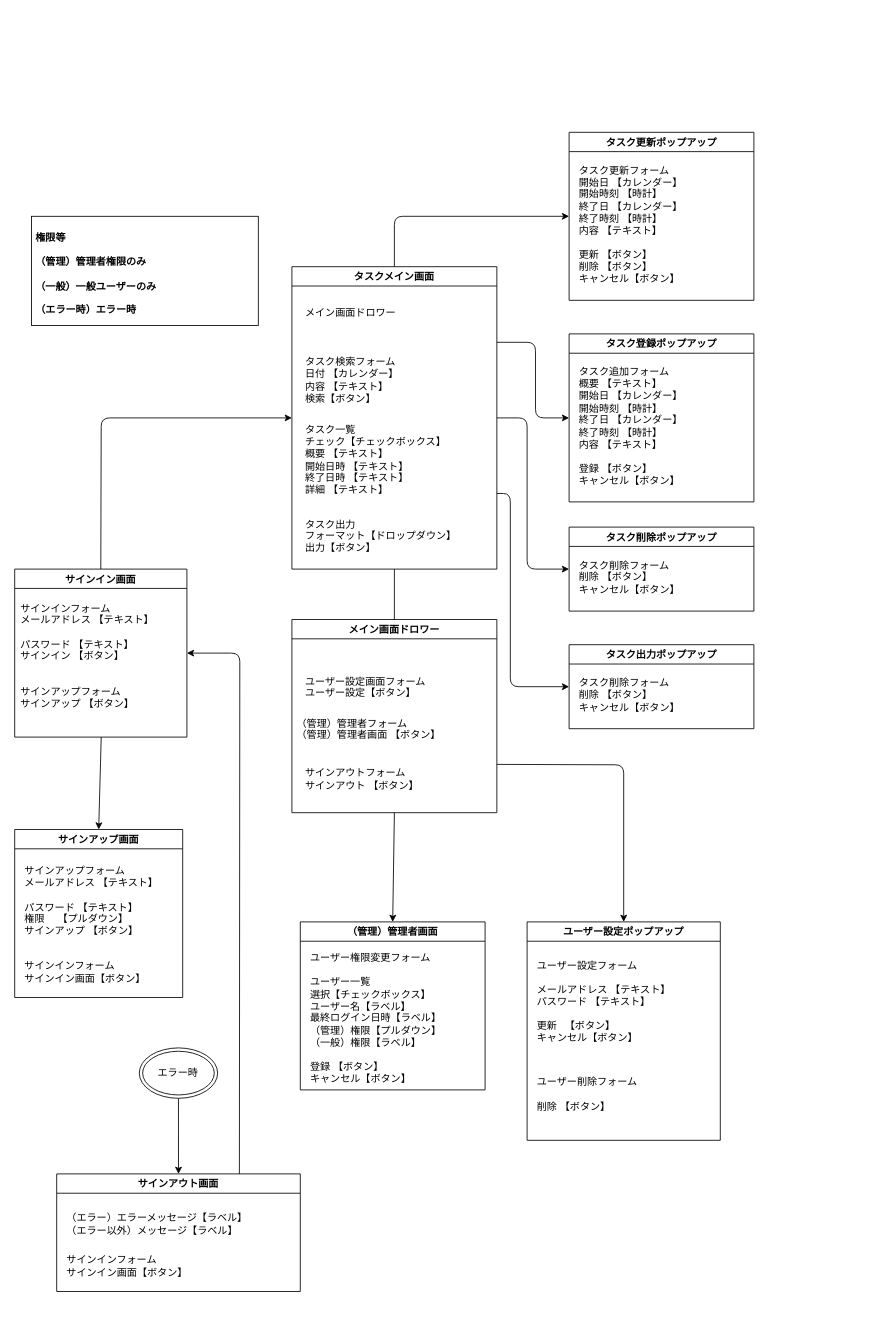
Above: doc/01_要件定義/画面遷移図.drawio in kamiya-daiki/SpringBoot4-Portfolio (draw.io), before the change. Source tidied: cells renumbered, new cells numbered last; positions are measured from the earlier drawing's top-left corner, leaving out a move shared by most shapes. Both pictures are drawn from the tidied source at 84%, with x=0, y=0 at pixel (14, 132).
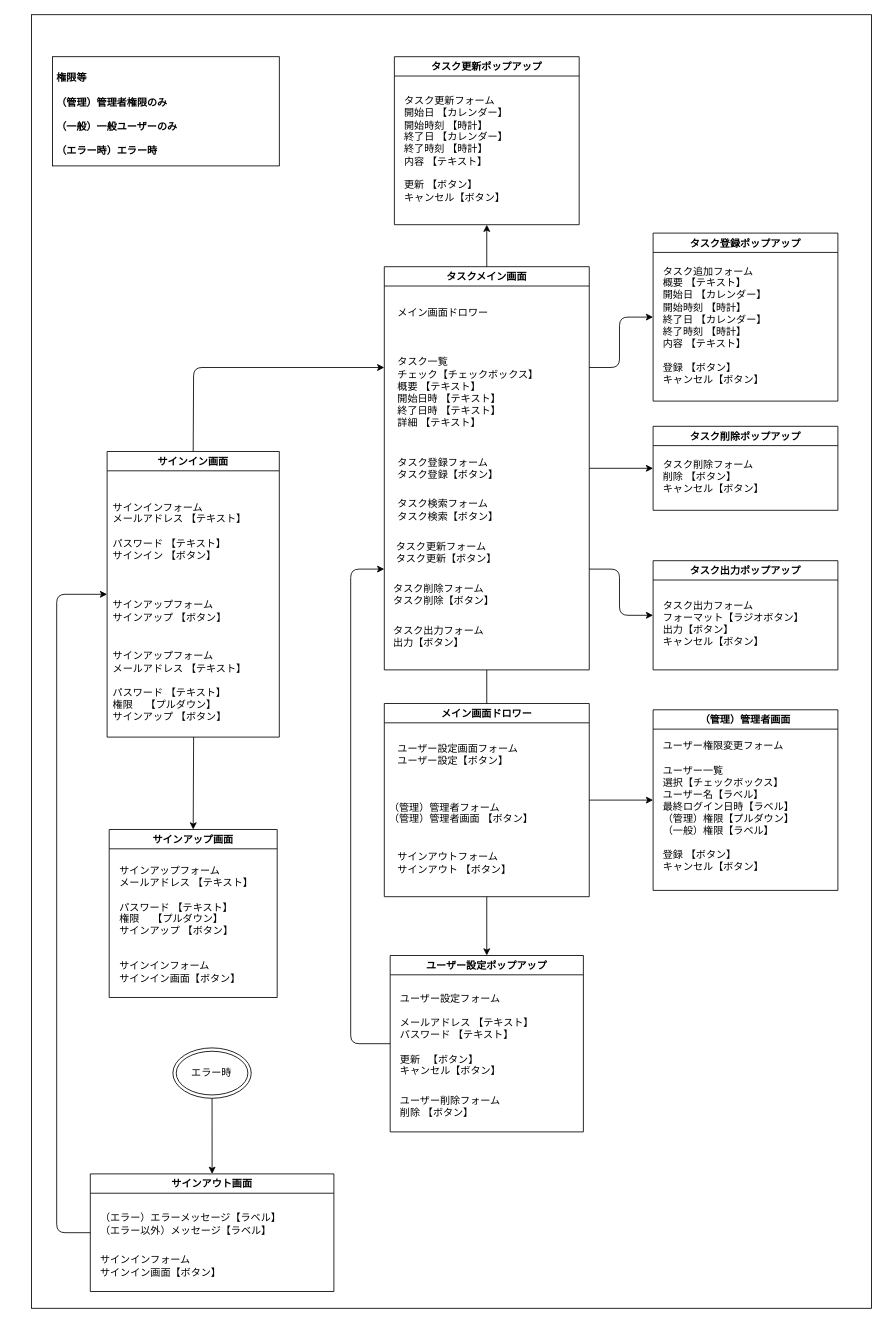
After the change.

Change to the diagram source:
```diff
@@
+    <mxCell id="46" style="whiteSpace=wrap;html=1;fillColor=default;direction=south;" parent="1" vertex="1">
+      <mxGeometry x="20" y="-140" width="1000" height="1540" as="geometry" />
+    </mxCell>
     <mxCell id="2" style="edgeStyle=none;html=1;entryX=0.5;entryY=0;entryDx=0;entryDy=0;" parent="1" edge="1" target="11">
       <mxGeometry relative="1" as="geometry">
-        <mxPoint x="103" y="720" as="sourcePoint" />
+        <mxPoint x="213" y="720" as="sourcePoint" />
       </mxGeometry>
     </mxCell>
-    <mxCell id="3" value="サインイン画面" style="swimlane;startSize=23;" parent="1" vertex="1">
-      <mxGeometry y="520" width="205" height="200" as="geometry" />
+    <mxCell id="3" value="サインイン画面" style="swimlane;startSize=23;fillColor=none;" parent="1" vertex="1">
+      <mxGeometry x="110" y="380" width="205" height="340" as="geometry" />
     </mxCell>
     <mxCell id="4" value="サインインフォーム&#10;メールアドレス&#9;【テキスト】&#10;&#10;パスワード&#9;【テキスト】&#10;サインイン&#9;【ボタン】" style="text;html=1;align=left;verticalAlign=middle;strokeColor=none;fillColor=none;" parent="3" vertex="1">
-      <mxGeometry x="5" y="30" width="180" height="90" as="geometry" />
+      <mxGeometry x="5" y="50" width="180" height="90" as="geometry" />
     </mxCell>
     <mxCell id="5" value="サインアップフォーム&#10;サインアップ&#9;【ボタン】" style="text;html=1;align=left;verticalAlign=middle;strokeColor=none;fillColor=none;" parent="3" vertex="1">
-      <mxGeometry x="5" y="133" width="160" height="40" as="geometry" />
+      <mxGeometry x="5" y="170" width="160" height="40" as="geometry" />
     </mxCell>
+    <mxCell id="47" value="サインアップフォーム&#10;メールアドレス&#9;【テキスト】&#10;&#10;パスワード&#9;&#9;【テキスト】&#10;権限　&#9;&#9;&#9;【プルダウン】&#10;サインアップ&#9;&#9;【ボタン】" style="text;html=1;align=left;verticalAlign=middle;strokeColor=none;fillColor=none;" parent="3" vertex="1">
+      <mxGeometry x="5" y="230" width="180" height="100" as="geometry" />
+    </mxCell>
-    <mxCell id="6" value="タスクメイン画面" style="swimlane;startSize=23;" parent="1" vertex="1">
-      <mxGeometry x="330" y="160" width="244" height="360" as="geometry" />
+    <mxCell id="6" value="タスクメイン画面" style="swimlane;startSize=23;fillColor=none;" parent="1" vertex="1">
+      <mxGeometry x="440" y="160" width="244" height="480" as="geometry" />
     </mxCell>
-    <mxCell id="7" value="タスク検索フォーム&lt;br&gt;日付&#9;&#9;【カレンダー】&lt;br&gt;内容&#9;&#9;【テキスト】&lt;br&gt;検索【ボタン】" style="text;html=1;align=left;verticalAlign=middle;strokeColor=none;fillColor=none;" parent="6" vertex="1">
-      <mxGeometry x="14" y="100" width="130" height="70" as="geometry" />
+    <mxCell id="7" value="タスク検索フォーム&lt;br&gt;タスク検索【ボタン】" style="text;html=1;align=left;verticalAlign=middle;strokeColor=none;fillColor=none;" parent="6" vertex="1">
+      <mxGeometry x="14" y="270" width="140" height="40" as="geometry" />
     </mxCell>
     <mxCell id="8" value="タスク一覧&#10;チェック【チェックボックス】&#10;概要&#9;&#9;【テキスト】&#10;開始日時&#9;【テキスト】&#10;終了日時&#9;【テキスト】&#10;詳細&#9;&#9;【テキスト】" style="text;html=1;align=left;verticalAlign=middle;strokeColor=none;fillColor=none;" parent="6" vertex="1">
-      <mxGeometry x="14" y="180" width="190" height="100" as="geometry" />
+      <mxGeometry x="14" y="100" width="190" height="100" as="geometry" />
     </mxCell>
-    <mxCell id="9" value="タスク出力&#10;フォーマット【ドロップダウン】&#10;出力【ボタン】" style="text;align=left;verticalAlign=middle;strokeColor=none;fillColor=none;fontColor=light-dark(#000000,#FFFFFF);" parent="6" vertex="1">
-      <mxGeometry x="14" y="290" width="200" height="60" as="geometry" />
+    <mxCell id="9" value="タスク出力フォーム&#10;出力【ボタン】" style="text;align=left;verticalAlign=middle;strokeColor=none;fillColor=none;fontColor=light-dark(#000000,#FFFFFF);" parent="6" vertex="1">
+      <mxGeometry x="9" y="420" width="130" height="40" as="geometry" />
     </mxCell>
@@
+    <mxCell id="48" value="タスク削除フォーム&#10;タスク削除【ボタン】" style="text;align=left;verticalAlign=middle;strokeColor=none;fillColor=none;fontColor=light-dark(#000000,#FFFFFF);" parent="6" vertex="1">
+      <mxGeometry x="9" y="370" width="140" height="40" as="geometry" />
+    </mxCell>
+    <mxCell id="49" value="タスク登録フォーム&#10;タスク登録【ボタン】" style="text;align=left;verticalAlign=middle;strokeColor=none;fillColor=none;fontColor=light-dark(#000000,#FFFFFF);" parent="6" vertex="1">
+      <mxGeometry x="14" y="220" width="140" height="40" as="geometry" />
+    </mxCell>
-    <mxCell id="11" value="サインアップ画面" style="swimlane;startSize=23;" parent="1" vertex="1">
-      <mxGeometry y="830" width="200" height="200" as="geometry" />
+    <mxCell id="11" value="サインアップ画面" style="swimlane;startSize=23;fillColor=none;" parent="1" vertex="1">
+      <mxGeometry x="112.5" y="830" width="200" height="200" as="geometry" />
     </mxCell>
@@
-    <mxCell id="14" style="edgeStyle=none;html=1;exitX=0.5;exitY=0;exitDx=0;exitDy=0;entryX=0;entryY=0.5;entryDx=0;entryDy=0;" parent="1" edge="1" source="3" target="6">
+    <mxCell id="14" style="edgeStyle=none;html=1;exitX=0.5;exitY=0;exitDx=0;exitDy=0;entryX=0;entryY=0.25;entryDx=0;entryDy=0;" parent="1" edge="1" source="3" target="6">
       <mxGeometry relative="1" as="geometry">
         <Array as="points">
-          <mxPoint x="103" y="340" />
+          <mxPoint x="213" y="280" />
         </Array>
       </mxGeometry>
     </mxCell>
     <mxCell id="15" value="（管理）管理者画面" style="swimlane;startSize=23;fillColor=none;fontColor=default;" parent="1" vertex="1">
-      <mxGeometry x="340" y="940" width="220" height="200" as="geometry" />
+      <mxGeometry x="760" y="687.5" width="220" height="215" as="geometry" />
     </mxCell>
@@
-    <mxCell id="17" value="タスク登録ポップアップ" style="swimlane;startSize=23;" parent="1" vertex="1">
-      <mxGeometry x="660" y="240" width="220" height="200" as="geometry" />
+    <mxCell id="17" value="タスク登録ポップアップ" style="swimlane;startSize=23;fillColor=none;" parent="1" vertex="1">
+      <mxGeometry x="760" y="120" width="220" height="200" as="geometry" />
     </mxCell>
@@
     <mxCell id="19" style="edgeStyle=none;html=1;exitX=1;exitY=0.25;exitDx=0;exitDy=0;entryX=0;entryY=0.5;entryDx=0;entryDy=0;" parent="1" edge="1" source="6" target="17">
       <mxGeometry relative="1" as="geometry">
         <Array as="points">
-          <mxPoint x="620" y="250" />
-          <mxPoint x="620" y="340" />
+          <mxPoint x="720" y="280" />
+          <mxPoint x="720" y="220" />
         </Array>
       </mxGeometry>
     </mxCell>
-    <mxCell id="20" style="edgeStyle=none;html=1;entryX=0.5;entryY=0;entryDx=0;entryDy=0;exitX=0.5;exitY=1;exitDx=0;exitDy=0;" parent="1" edge="1" source="33" target="15">
+    <mxCell id="20" style="edgeStyle=none;html=1;entryX=0;entryY=0.5;entryDx=0;entryDy=0;exitX=1;exitY=0.5;exitDx=0;exitDy=0;" parent="1" edge="1" source="33" target="15">
       <mxGeometry relative="1" as="geometry" />
     </mxCell>
-    <mxCell id="21" value="タスク更新ポップアップ" style="swimlane;startSize=23;" parent="1" vertex="1">
-      <mxGeometry x="660" width="220" height="200" as="geometry" />
+    <mxCell id="21" value="タスク更新ポップアップ" style="swimlane;startSize=23;fillColor=none;" parent="1" vertex="1">
+      <mxGeometry x="452" y="-90" width="220" height="200" as="geometry" />
     </mxCell>
-    <mxCell id="22" value="タスク更新フォーム&#10;開始日&#9;【カレンダー】&#10;開始時刻&#9;【時計】&#10;終了日&#9;【カレンダー】&#10;終了時刻&#9;【時計】&#10;内容&#9;&#9;【テキスト】&#10;&#10;更新&#9;&#9;【ボタン】&#10;削除&#9;&#9;【ボタン】&#10;キャンセル【ボタン】" style="text;html=1;align=left;verticalAlign=middle;strokeColor=none;fillColor=none;" parent="21" vertex="1">
-      <mxGeometry x="10" y="30" width="160" height="160" as="geometry" />
+    <mxCell id="22" value="タスク更新フォーム&lt;br&gt;開始日&#9;【カレンダー】&lt;br&gt;開始時刻&#9;【時計】&lt;br&gt;終了日&#9;【カレンダー】&lt;br&gt;終了時刻&#9;【時計】&lt;br&gt;内容&#9;&#9;【テキスト】&lt;br&gt;&lt;br&gt;更新&#9;&#9;【ボタン】&lt;br&gt;キャンセル【ボタン】" style="text;html=1;align=left;verticalAlign=middle;strokeColor=none;fillColor=none;" parent="21" vertex="1">
+      <mxGeometry x="10" y="40" width="150" height="140" as="geometry" />
     </mxCell>
-    <mxCell id="23" style="edgeStyle=none;html=1;exitX=0.5;exitY=0;exitDx=0;exitDy=0;entryX=0;entryY=0.5;entryDx=0;entryDy=0;" parent="1" edge="1" source="6" target="21">
-      <mxGeometry relative="1" as="geometry">
-        <Array as="points">
-          <mxPoint x="452" y="100" />
-        </Array>
-      </mxGeometry>
+    <mxCell id="23" style="edgeStyle=none;html=1;exitX=0.5;exitY=0;exitDx=0;exitDy=0;entryX=0.5;entryY=1;entryDx=0;entryDy=0;" parent="1" edge="1" source="6" target="21">
+      <mxGeometry relative="1" as="geometry" />
     </mxCell>
-    <mxCell id="24" value="ユーザー設定ポップアップ" style="swimlane;startSize=23;" parent="1" vertex="1">
-      <mxGeometry x="610" y="940" width="230" height="260" as="geometry" />
+    <mxCell id="24" value="ユーザー設定ポップアップ" style="swimlane;startSize=23;fillColor=none;" parent="1" vertex="1">
+      <mxGeometry x="447" y="980" width="230" height="210" as="geometry" />
     </mxCell>
@@
-    <mxCell id="26" value="ユーザー削除フォーム&#10;&#10;削除&#9;&#9;【ボタン】" style="text;html=1;align=left;verticalAlign=middle;strokeColor=none;fillColor=none;" parent="24" vertex="1">
-      <mxGeometry x="10" y="175" width="140" height="60" as="geometry" />
+    <mxCell id="26" value="ユーザー削除フォーム&lt;br&gt;削除&#9;&#9;【ボタン】" style="text;html=1;align=left;verticalAlign=middle;strokeColor=none;fillColor=none;" parent="24" vertex="1">
+      <mxGeometry x="10" y="160" width="140" height="40" as="geometry" />
     </mxCell>
-    <mxCell id="27" value="サインアウト画面" style="swimlane;startSize=23;" parent="1" vertex="1">
-      <mxGeometry x="50" y="1240" width="290" height="140" as="geometry" />
+    <mxCell id="27" value="サインアウト画面" style="swimlane;startSize=23;fillColor=none;" parent="1" vertex="1">
+      <mxGeometry x="90" y="1240" width="290" height="140" as="geometry" />
     </mxCell>
@@
-    <mxCell id="31" value="エラー時" style="ellipse;shape=doubleEllipse;whiteSpace=wrap;html=1;" parent="1" vertex="1">
-      <mxGeometry x="148.3" y="1090" width="93.3" height="60" as="geometry" />
+    <mxCell id="31" value="エラー時" style="ellipse;shape=doubleEllipse;whiteSpace=wrap;html=1;fillColor=none;" parent="1" vertex="1">
+      <mxGeometry x="188.3" y="1090" width="93.3" height="60" as="geometry" />
     </mxCell>
     <mxCell id="32" value="&lt;p style=&quot;margin-top: 0px; margin-bottom: 0px;&quot;&gt;&lt;span style=&quot;font-size: 12px;&quot;&gt;権限等&lt;/span&gt;&lt;/p&gt;&lt;p style=&quot;margin-top: 0px; margin-bottom: 0px;&quot;&gt;&lt;font style=&quot;font-size: 12px; line-height: 100%;&quot;&gt;（管理）管理者権限のみ&lt;br&gt;（一般）一般ユーザーのみ&lt;br&gt;（エラー時）エラー時&lt;/font&gt;&lt;/p&gt;" style="text;strokeColor=default;fillColor=none;html=1;fontSize=24;fontStyle=1;verticalAlign=middle;align=left;spacing=5;perimeterSpacing=0;spacingTop=0;" parent="1" vertex="1">
-      <mxGeometry x="20" y="100" width="270" height="130" as="geometry" />
+      <mxGeometry x="45" y="-90" width="270" height="130" as="geometry" />
     </mxCell>
-    <mxCell id="33" value="メイン画面ドロワー" style="swimlane;startSize=23;" parent="1" vertex="1">
-      <mxGeometry x="330" y="580" width="244" height="230" as="geometry" />
+    <mxCell id="33" value="メイン画面ドロワー" style="swimlane;startSize=23;fillColor=none;" parent="1" vertex="1">
+      <mxGeometry x="440" y="680" width="244" height="230" as="geometry" />
     </mxCell>
-    <mxCell id="34" value="（管理）管理者フォーム&#10;（管理）管理者画面 【ボタン】" style="text;align=left;verticalAlign=middle;fillColor=default;" parent="33" vertex="1">
+    <mxCell id="34" value="（管理）管理者フォーム&#10;（管理）管理者画面 【ボタン】" style="text;align=left;verticalAlign=middle;fillColor=none;" parent="33" vertex="1">
       <mxGeometry x="4" y="110" width="190" height="40" as="geometry" />
     </mxCell>
@@
-    <mxCell id="36" value="ユーザー設定画面フォーム&#10;ユーザー設定【ボタン】" style="text;align=left;verticalAlign=middle;fillColor=default;fontColor=light-dark(#000000,#FFFFFF);" parent="33" vertex="1">
-      <mxGeometry x="14" y="60" width="170" height="40" as="geometry" />
+    <mxCell id="36" value="ユーザー設定画面フォーム&#10;ユーザー設定【ボタン】" style="text;align=left;verticalAlign=middle;fillColor=none;fontColor=light-dark(#000000,#FFFFFF);" parent="33" vertex="1">
+      <mxGeometry x="14" y="40" width="170" height="40" as="geometry" />
     </mxCell>
-    <mxCell id="37" style="edgeStyle=none;html=1;exitX=1;exitY=0.75;exitDx=0;exitDy=0;entryX=0.5;entryY=0;entryDx=0;entryDy=0;" parent="1" edge="1" source="33" target="24">
-      <mxGeometry relative="1" as="geometry">
-        <Array as="points">
-          <mxPoint x="725" y="753" />
-        </Array>
-      </mxGeometry>
+    <mxCell id="37" style="edgeStyle=none;html=1;exitX=0.5;exitY=1;exitDx=0;exitDy=0;entryX=0.5;entryY=0;entryDx=0;entryDy=0;" parent="1" edge="1" source="33" target="24">
+      <mxGeometry relative="1" as="geometry" />
     </mxCell>
-    <mxCell id="38" value="タスク削除ポップアップ" style="swimlane;startSize=23;" parent="1" vertex="1">
-      <mxGeometry x="660" y="470" width="220" height="100" as="geometry" />
+    <mxCell id="38" value="タスク削除ポップアップ" style="swimlane;startSize=23;fillColor=none;" parent="1" vertex="1">
+      <mxGeometry x="760" y="350" width="220" height="100" as="geometry" />
     </mxCell>
@@
     <mxCell id="41" style="edgeStyle=none;html=1;exitX=1;exitY=0.5;exitDx=0;exitDy=0;entryX=0;entryY=0.5;entryDx=0;entryDy=0;" parent="1" edge="1" source="6" target="38">
-      <mxGeometry relative="1" as="geometry">
-        <Array as="points">
-          <mxPoint x="610" y="340" />
-          <mxPoint x="610" y="520" />
-        </Array>
-      </mxGeometry>
+      <mxGeometry relative="1" as="geometry" />
     </mxCell>
-    <mxCell id="42" value="タスク出力ポップアップ" style="swimlane;startSize=23;" parent="1" vertex="1">
-      <mxGeometry x="660" y="610" width="220" height="100" as="geometry" />
+    <mxCell id="42" value="タスク出力ポップアップ" style="swimlane;startSize=23;fillColor=none;" parent="1" vertex="1">
+      <mxGeometry x="760" y="510" width="220" height="130" as="geometry" />
     </mxCell>
-    <mxCell id="43" value="タスク削除フォーム&lt;br&gt;削除 【ボタン】&lt;br&gt;キャンセル【ボタン】&#9;&#9;" style="text;html=1;align=left;verticalAlign=middle;strokeColor=none;fillColor=none;" parent="42" vertex="1">
-      <mxGeometry x="10" y="30" width="140" height="60" as="geometry" />
+    <mxCell id="43" value="&lt;font style=&quot;color: light-dark(rgb(0, 0, 0), rgb(255, 255, 255));&quot;&gt;タスク出力フォーム&lt;br&gt;フォーマット【ラジオボタン】&lt;br&gt;出力【ボタン】&lt;br&gt;&lt;/font&gt;&lt;div&gt;&lt;font style=&quot;color: light-dark(rgb(0, 0, 0), rgb(255, 255, 255));&quot;&gt;キャンセル【ボタン】&#9;&#9;&lt;/font&gt;&lt;/div&gt;" style="text;html=1;align=left;verticalAlign=middle;strokeColor=none;fillColor=none;" parent="42" vertex="1">
+      <mxGeometry x="10" y="40" width="190" height="70" as="geometry" />
     </mxCell>
     <mxCell id="44" style="edgeStyle=none;html=1;entryX=0;entryY=0.5;entryDx=0;entryDy=0;exitX=1;exitY=0.75;exitDx=0;exitDy=0;" parent="1" edge="1" source="6" target="42">
       <mxGeometry relative="1" as="geometry">
         <Array as="points">
-          <mxPoint x="590" y="430" />
-          <mxPoint x="590" y="660" />
+          <mxPoint x="720" y="520" />
+          <mxPoint x="720" y="575" />
         </Array>
       </mxGeometry>
     </mxCell>
-    <mxCell id="45" style="edgeStyle=none;html=1;entryX=1;entryY=0.5;entryDx=0;entryDy=0;exitX=0.75;exitY=0;exitDx=0;exitDy=0;" parent="1" edge="1" source="27" target="3">
+    <mxCell id="45" style="edgeStyle=none;html=1;exitX=0;exitY=0.5;exitDx=0;exitDy=0;entryX=0;entryY=0.5;entryDx=0;entryDy=0;" parent="1" edge="1" source="27" target="3">
       <mxGeometry relative="1" as="geometry">
         <Array as="points">
-          <mxPoint x="268" y="620" />
+          <mxPoint x="50" y="1310" />
+          <mxPoint x="50" y="550" />
         </Array>
       </mxGeometry>
     </mxCell>
+    <mxCell id="50" style="edgeStyle=none;html=1;entryX=0;entryY=0.75;entryDx=0;entryDy=0;exitX=0;exitY=0.5;exitDx=0;exitDy=0;" parent="1" edge="1" source="24" target="6">
+      <mxGeometry relative="1" as="geometry">
+        <Array as="points">
+          <mxPoint x="400" y="1085" />
+          <mxPoint x="400" y="520" />
+        </Array>
+      </mxGeometry>
+    </mxCell>
+    <mxCell id="51" value="タスク更新フォーム&#10;タスク更新【ボタン】" style="text;align=left;verticalAlign=middle;strokeColor=none;fillColor=none;fontColor=light-dark(#000000,#FFFFFF);" parent="1" vertex="1">
+      <mxGeometry x="452" y="480" width="140" height="40" as="geometry" />
+    </mxCell>
```
